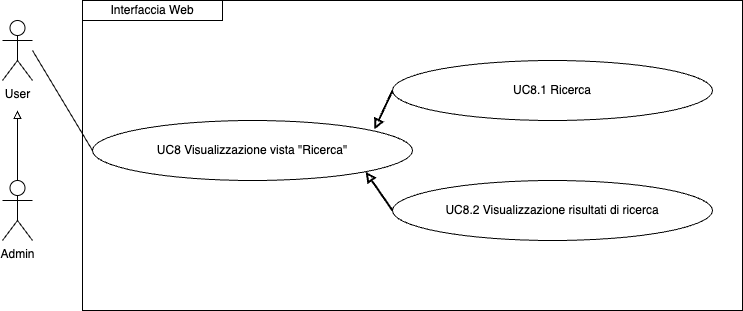
The draw.io diagram imgs/Uml/UC8.png in ShameIRL/farmacode, before a commit. Source tidied: cells renumbered, new cells last; positions are measured from the earlier drawing's top-left corner, leaving out a move shared by most shapes.
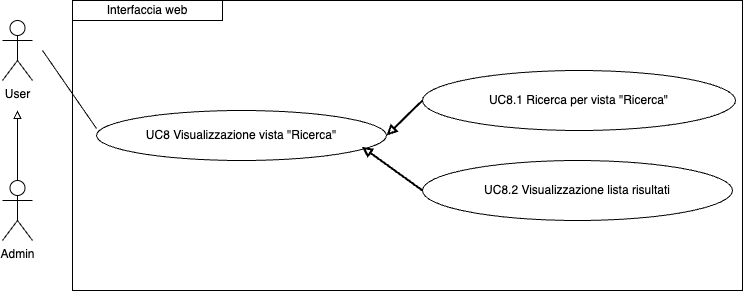
The same file after the commit.

Change to the diagram source:
```diff
@@ -2,44 +2,42 @@
   <root>
     <mxCell id="0" />
     <mxCell id="1" parent="0" />
-    <mxCell id="2" style="edgeStyle=orthogonalEdgeStyle;rounded=0;jettySize=auto;html=1;exitX=0.5;exitY=0;exitDx=0;exitDy=0;exitPerimeter=0;endArrow=block;endFill=0;" parent="1" edge="1" source="3">
-      <mxGeometry relative="1" as="geometry">
-        <mxPoint x="15" y="110" as="targetPoint" />
-      </mxGeometry>
-    </mxCell>
+    <mxCell id="13" value="UC8.1 Ricerca per vista &quot;Ricerca&quot;" style="ellipse;whiteSpace=wrap;html=1;" parent="1" vertex="1">
+      <mxGeometry x="420" y="70" width="313" height="60" as="geometry" />
+    </mxCell>
+    <mxCell id="14" value="UC8.2 Visualizzazione lista risultati" style="ellipse;whiteSpace=wrap;html=1;" parent="1" vertex="1">
+      <mxGeometry x="420" y="160" width="310" height="60" as="geometry" />
+    </mxCell>
+    <mxCell id="4" value="UC8 Visualizzazione vista &quot;Ricerca&quot;" style="ellipse;whiteSpace=wrap;html=1;" parent="1" vertex="1">
+      <mxGeometry x="94" y="110" width="290" height="50" as="geometry" />
+    </mxCell>
+    <mxCell id="15" style="endArrow=none;html=1;rounded=0;entryX=0;entryY=0.36;entryDx=0;entryDy=0;entryPerimeter=0;" parent="1" edge="1" target="4">
+      <mxGeometry relative="1" as="geometry">
+        <mxPoint x="40" y="50" as="sourcePoint" />
+      </mxGeometry>
+    </mxCell>
+    <mxCell id="16" style="endArrow=none;html=1;rounded=0;entryX=0;entryY=0.5;entryDx=0;entryDy=0;startArrow=block;startFill=0;strokeWidth=2;exitX=1;exitY=0.5;exitDx=0;exitDy=0;" parent="1" edge="1" source="4" target="13">
+      <mxGeometry relative="1" as="geometry" />
+    </mxCell>
+    <mxCell id="17" style="endArrow=none;html=1;rounded=0;entryX=0;entryY=0.5;entryDx=0;entryDy=0;startArrow=block;startFill=0;strokeWidth=2;exitX=0.915;exitY=0.725;exitDx=0;exitDy=0;exitPerimeter=0;" parent="1" edge="1" source="4" target="14">
+      <mxGeometry relative="1" as="geometry" />
+    </mxCell>
+    <mxCell id="18" value="Interfaccia web" style="rounded=0;whiteSpace=wrap;html=1;" parent="1" vertex="1">
+      <mxGeometry x="70" width="150" height="20" as="geometry" />
+    </mxCell>
+    <mxCell id="19" style="edgeStyle=orthogonalEdgeStyle;rounded=0;jettySize=auto;html=1;exitX=0.5;exitY=0;exitDx=0;exitDy=0;exitPerimeter=0;endArrow=block;endFill=0;" parent="1" edge="1" source="3">
+      <mxGeometry relative="1" as="geometry">
+        <mxPoint x="15" y="110" as="targetPoint" />
+      </mxGeometry>
+    </mxCell>
     <mxCell id="3" value="Admin" style="shape=umlActor;verticalLabelPosition=bottom;verticalAlign=top;html=1;outlineConnect=0;" parent="1" vertex="1">
       <mxGeometry y="180" width="30" height="60" as="geometry" />
     </mxCell>
-    <mxCell id="4" value="UC8 Visualizzazione vista &quot;Ricerca&quot;" style="ellipse;whiteSpace=wrap;html=1;" parent="1" vertex="1">
-      <mxGeometry x="90" y="120" width="320" height="60" as="geometry" />
-    </mxCell>
     <mxCell id="5" value="User" style="shape=umlActor;verticalLabelPosition=bottom;verticalAlign=top;html=1;" parent="1" vertex="1">
       <mxGeometry y="20" width="30" height="60" as="geometry" />
     </mxCell>
-    <mxCell id="6" style="endArrow=none;html=1;rounded=0;entryX=0;entryY=0.5;entryDx=0;entryDy=0;" parent="1" edge="1" target="4">
-      <mxGeometry relative="1" as="geometry">
-        <mxPoint x="30" y="50" as="sourcePoint" />
-      </mxGeometry>
-    </mxCell>
-    <mxCell id="7" value="Interfaccia Web" style="rounded=0;whiteSpace=wrap;html=1;" parent="1" vertex="1">
-      <mxGeometry x="80" width="140" height="20" as="geometry" />
-    </mxCell>
-    <mxCell id="8" value="UC8.1 Ricerca" style="ellipse;whiteSpace=wrap;html=1;" parent="1" vertex="1">
-      <mxGeometry x="390" y="60" width="320" height="60" as="geometry" />
-    </mxCell>
-    <mxCell id="9" value="UC8.2 Visualizzazione risultati di ricerca" style="ellipse;whiteSpace=wrap;html=1;" parent="1" vertex="1">
-      <mxGeometry x="390" y="180" width="320" height="60" as="geometry" />
-    </mxCell>
-    <mxCell id="10" style="endArrow=none;html=1;rounded=0;entryX=0;entryY=0.5;entryDx=0;entryDy=0;startArrow=block;startFill=0;strokeWidth=2;exitX=0.881;exitY=0.15;exitDx=0;exitDy=0;exitPerimeter=0;" parent="1" edge="1" source="4">
-      <mxGeometry relative="1" as="geometry">
-        <mxPoint x="390" y="90" as="targetPoint" />
-      </mxGeometry>
-    </mxCell>
-    <mxCell id="11" style="endArrow=none;html=1;rounded=0;entryX=0;entryY=0.5;entryDx=0;entryDy=0;startArrow=block;startFill=0;strokeWidth=2;exitX=1;exitY=1;exitDx=0;exitDy=0;" parent="1" edge="1" source="4" target="9">
-      <mxGeometry relative="1" as="geometry" />
-    </mxCell>
-    <mxCell id="12" style="rounded=0;whiteSpace=wrap;html=1;fillColor=none;" parent="1" vertex="1">
-      <mxGeometry x="80" width="660" height="310" as="geometry" />
-    </mxCell>
+    <mxCell id="20" style="rounded=0;whiteSpace=wrap;html=1;fillColor=none;" parent="1" vertex="1">
+      <mxGeometry x="70" width="670" height="290" as="geometry" />
+    </mxCell>
   </root>
 </mxGraphModel>
```
